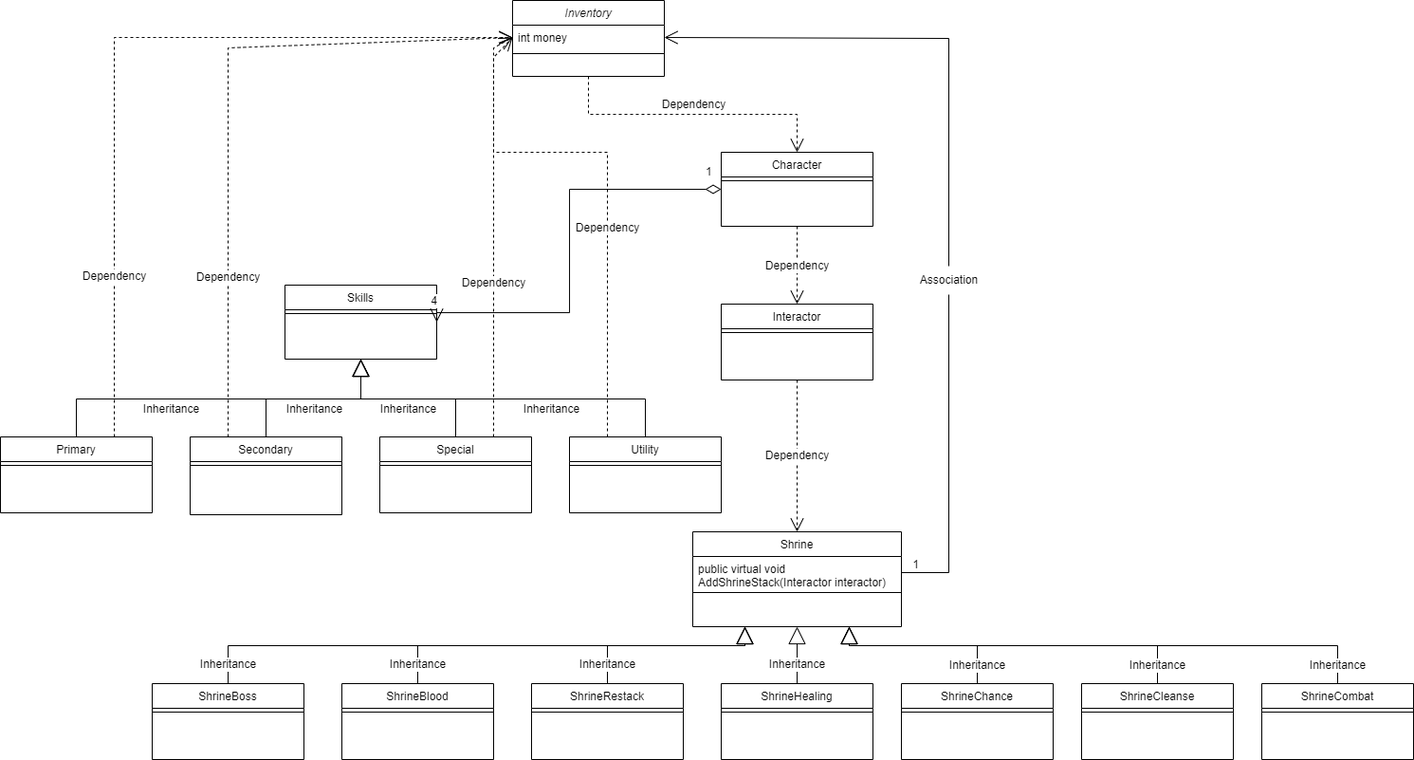
This is Object_Hierarchy_ROR2.png from Rorias/ROR2Decomposition, a draw.io export, as it was before one commit. Source tidied: cells renumbered, new cells last; positions are measured from the earlier drawing's top-left corner, leaving out a move shared by most shapes.
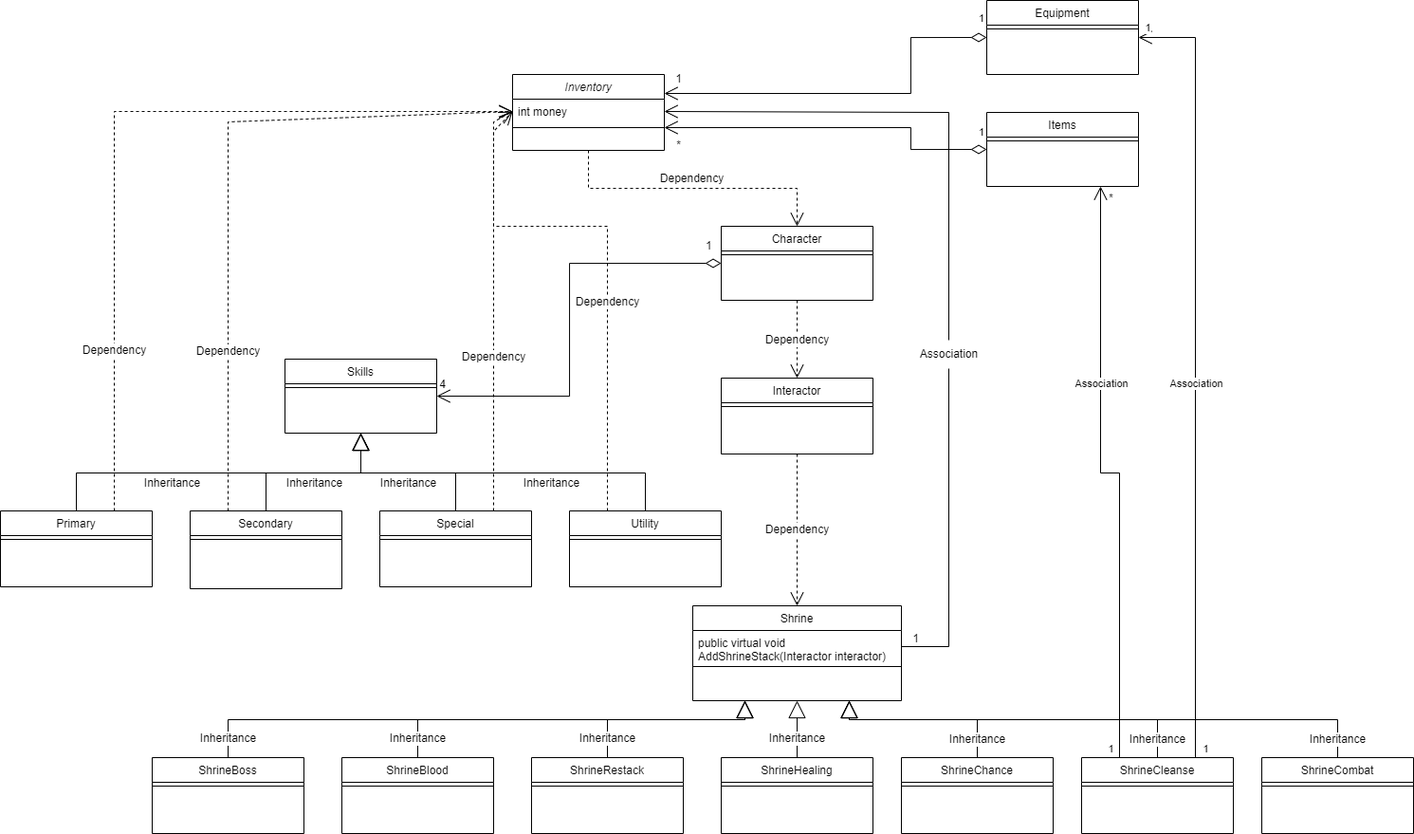
The same file after the commit.

Commit message:
Final Object Hierarchy

The edit, as a diff of the source:
```diff
@@ -172,7 +172,7 @@
       <mxGeometry x="-0.92" y="-9" relative="1" as="geometry">
         <Array as="points">
           <mxPoint x="600" y="199" />
-          <mxPoint x="600" y="329" />
+          <mxPoint x="600" y="339" />
         </Array>
       </mxGeometry>
     </mxCell>
@@ -276,5 +276,86 @@
     <mxCell id="62" value="1" style="text;html=1;align=center;verticalAlign=middle;strokeColor=none;fillColor=none;fontSize=12;" parent="1" vertex="1">
       <mxGeometry x="950" y="580" width="30" height="30" as="geometry" />
     </mxCell>
+    <mxCell id="63" value="Items" style="swimlane;fontStyle=0;align=center;verticalAlign=top;horizontal=1;startSize=26;rounded=0;shadow=0;strokeWidth=1;" parent="1" vertex="1">
+      <mxGeometry x="1040" y="40" width="160" height="78" as="geometry" />
+    </mxCell>
+    <mxCell id="64" style="line;html=1;strokeWidth=1;align=left;verticalAlign=middle;spacingTop=-1;spacingLeft=3;spacingRight=3;labelPosition=right;" parent="63" vertex="1">
+      <mxGeometry y="26" width="160" height="8" as="geometry" />
+    </mxCell>
+    <mxCell id="65" value="Equipment" style="swimlane;fontStyle=0;align=center;verticalAlign=top;horizontal=1;startSize=26;rounded=0;shadow=0;strokeWidth=1;" parent="1" vertex="1">
+      <mxGeometry x="1040" y="-78" width="160" height="78" as="geometry" />
+    </mxCell>
+    <mxCell id="66" style="line;html=1;strokeWidth=1;align=left;verticalAlign=middle;spacingTop=-1;spacingLeft=3;spacingRight=3;labelPosition=right;" parent="65" vertex="1">
+      <mxGeometry y="26" width="160" height="8" as="geometry" />
+    </mxCell>
+    <mxCell id="67" value="1" style="endArrow=open;html=1;endSize=12;startArrow=diamondThin;startSize=14;startFill=0;edgeStyle=orthogonalEdgeStyle;align=left;verticalAlign=bottom;rounded=0;exitX=0;exitY=0.5;exitDx=0;exitDy=0;" parent="1" edge="1" source="63" target="4">
+      <mxGeometry x="-0.94" y="-9" relative="1" as="geometry">
+        <Array as="points">
+          <mxPoint x="960" y="79" />
+          <mxPoint x="960" y="56" />
+        </Array>
+        <mxPoint x="1" as="offset" />
+      </mxGeometry>
+    </mxCell>
+    <mxCell id="68" value="1" style="endArrow=open;html=1;endSize=12;startArrow=diamondThin;startSize=14;startFill=0;edgeStyle=orthogonalEdgeStyle;align=left;verticalAlign=bottom;rounded=0;exitX=0;exitY=0.5;exitDx=0;exitDy=0;entryX=1;entryY=0.25;entryDx=0;entryDy=0;" parent="1" edge="1" source="65" target="2">
+      <mxGeometry x="-0.95" y="-11" relative="1" as="geometry">
+        <Array as="points">
+          <mxPoint x="960" y="-39" />
+          <mxPoint x="960" y="20" />
+        </Array>
+        <mxPoint x="-1" as="offset" />
+      </mxGeometry>
+    </mxCell>
+    <mxCell id="69" value="1" style="text;html=1;align=center;verticalAlign=middle;strokeColor=none;fillColor=none;" parent="1" vertex="1">
+      <mxGeometry x="700" y="-10" width="30" height="30" as="geometry" />
+    </mxCell>
+    <mxCell id="70" value="*" style="text;html=1;align=center;verticalAlign=middle;strokeColor=none;fillColor=none;" parent="1" vertex="1">
+      <mxGeometry x="700" y="60" width="30" height="30" as="geometry" />
+    </mxCell>
+    <mxCell id="71" style="endArrow=open;endFill=1;endSize=12;html=1;rounded=0;exitX=0.25;exitY=0;exitDx=0;exitDy=0;entryX=0.75;entryY=1;entryDx=0;entryDy=0;" parent="1" edge="1" source="17" target="63">
+      <mxGeometry relative="1" as="geometry">
+        <Array as="points">
+          <mxPoint x="1180" y="420" />
+          <mxPoint x="1160" y="420" />
+        </Array>
+      </mxGeometry>
+    </mxCell>
+    <mxCell id="72" value="Association" style="edgeLabel;html=1;align=center;verticalAlign=middle;" parent="71" vertex="1">
+      <mxGeometry x="0.16" y="-5" relative="1" as="geometry">
+        <mxPoint x="-5" y="-53" as="offset" />
+      </mxGeometry>
+    </mxCell>
+    <mxCell id="73" value="1" style="edgeLabel;html=1;align=center;verticalAlign=middle;" parent="71" vertex="1">
+      <mxGeometry x="0.91" y="1" relative="1" as="geometry">
+        <mxPoint x="11" y="563" as="offset" />
+      </mxGeometry>
+    </mxCell>
+    <mxCell id="74" value="*" style="edgeLabel;html=1;align=center;verticalAlign=middle;" parent="71" vertex="1">
+      <mxGeometry x="0.93" y="1" relative="1" as="geometry">
+        <mxPoint x="11" y="-9" as="offset" />
+      </mxGeometry>
+    </mxCell>
+    <mxCell id="75" style="endArrow=open;endFill=1;endSize=12;html=1;rounded=0;exitX=0.75;exitY=0;exitDx=0;exitDy=0;entryX=1;entryY=0.5;entryDx=0;entryDy=0;" parent="1" edge="1" source="17" target="65">
+      <mxGeometry relative="1" as="geometry">
+        <Array as="points">
+          <mxPoint x="1260" y="-39" />
+        </Array>
+      </mxGeometry>
+    </mxCell>
+    <mxCell id="76" value="Association" style="edgeLabel;html=1;align=center;verticalAlign=middle;" parent="75" vertex="1">
+      <mxGeometry x="-0.03" y="-5" relative="1" as="geometry">
+        <mxPoint x="-5" y="2" as="offset" />
+      </mxGeometry>
+    </mxCell>
+    <mxCell id="77" value="1" style="edgeLabel;html=1;align=center;verticalAlign=middle;" parent="75" vertex="1">
+      <mxGeometry x="-0.96" y="-2" relative="1" as="geometry">
+        <mxPoint x="8" y="9" as="offset" />
+      </mxGeometry>
+    </mxCell>
+    <mxCell id="78" value="1" style="edgeLabel;html=1;align=center;verticalAlign=middle;" parent="75" vertex="1">
+      <mxGeometry x="0.96" y="1" relative="1" as="geometry">
+        <mxPoint x="-7" y="-12" as="offset" />
+      </mxGeometry>
+    </mxCell>
   </root>
 </mxGraphModel>
```
